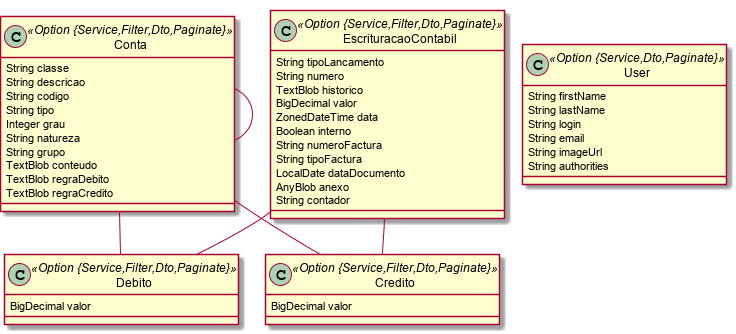
The PlantUML diagram Contabilidade.png in ravunana/negocio-domain, before a commit.
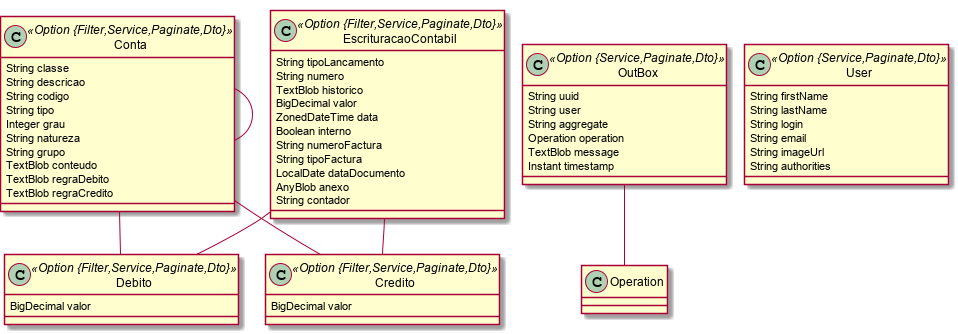
Later version of the same file.

Diff of the diagram source:
```diff
@@ -1,7 +1,7 @@
 @startuml
 	!pragma graphviz_dot jdot
 	!pragma syntax class
-	class Conta <<Option {Service,Filter,Dto,Paginate}>> {
+	class Conta <<Option {Filter,Service,Paginate,Dto}>> {
 		String classe
 		String descricao
 		String codigo
@@ -13,7 +13,7 @@
 		TextBlob regraDebito
 		TextBlob regraCredito
 	}
-	class EscrituracaoContabil <<Option {Service,Filter,Dto,Paginate}>> {
+	class EscrituracaoContabil <<Option {Filter,Service,Paginate,Dto}>> {
 		String tipoLancamento
 		String numero
 		TextBlob historico
@@ -26,18 +26,27 @@
 		AnyBlob anexo
 		String contador
 	}
-	class Debito <<Option {Service,Filter,Dto,Paginate}>> {
+	class Debito <<Option {Filter,Service,Paginate,Dto}>> {
 		BigDecimal valor
 	}
-	class Credito <<Option {Service,Filter,Dto,Paginate}>> {
+	class Credito <<Option {Filter,Service,Paginate,Dto}>> {
 		BigDecimal valor
 	}
+	class OutBox <<Option {Service,Paginate,Dto}>> {
+		String uuid
+		String user
+		String aggregate
+		Operation operation
+		TextBlob message
+		Instant timestamp
+	}
+	OutBox ..> Operation
 	Conta  "0..1 " --o "contaAgregadora(descricao) 0..* "  Conta
 	Conta  "0..1 " --o "contaDebitar(codigo)  1..* "  Debito
 	Conta  "0..1 " --o "contaCreditar(codigo)  1..* "  Credito
 	EscrituracaoContabil  "0..1 " --o "lancamentoDebito(numero)  1..* "  Debito
 	EscrituracaoContabil  "0..1 " --o "lancamentoCredito(numero)  1..* "  Credito
-	class User <<Option {Service,Dto,Paginate}>> {
+	class User <<Option {Service,Paginate,Dto}>> {
 		String firstName
 		String lastName
 		String login
```
